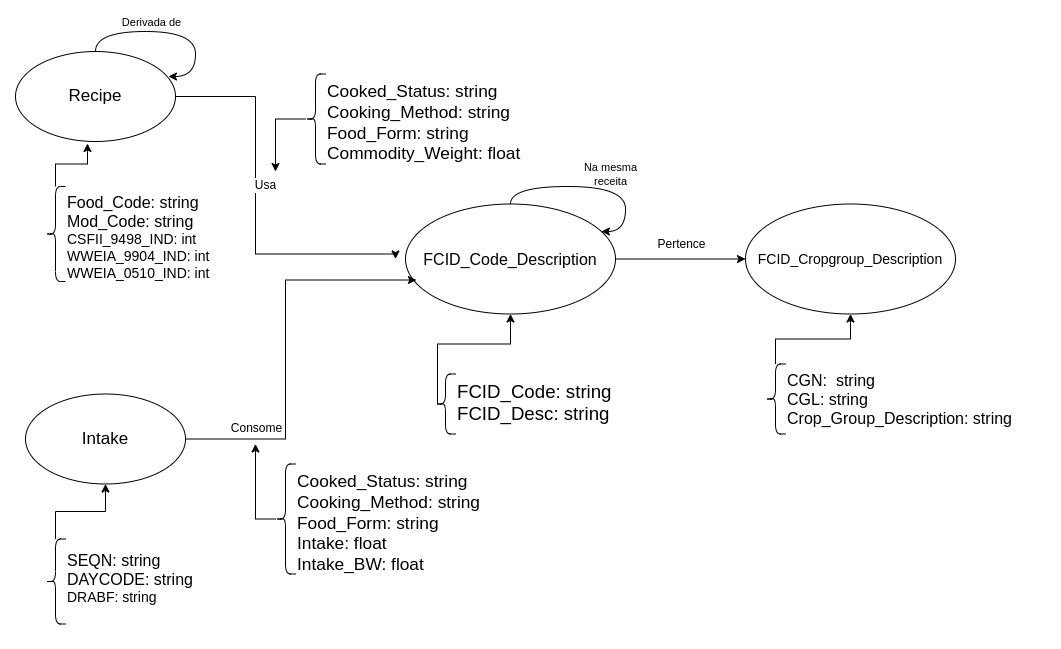
SaraBSOliveira/MC536_GATOS keeps this draw.io diagram as lab07/images/lab7.png. Above is the earlier version. Source tidied: cells renumbered, new cells last; positions are measured from the earlier drawing's top-left corner, leaving out a move shared by most shapes.
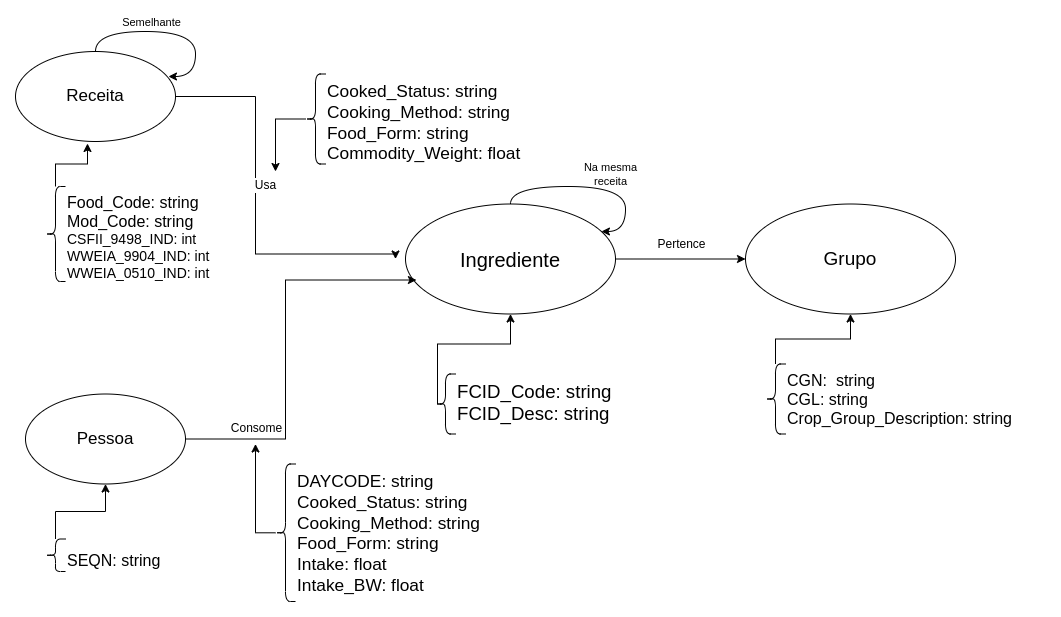
After the commit.

Change to the diagram source:
```diff
@@ -10,10 +10,10 @@
         <mxPoint x="3" y="-19" as="offset" />
       </mxGeometry>
     </mxCell>
-    <mxCell id="4" value="&lt;font style=&quot;font-size: 16px;&quot;&gt;FCID_Code_Description&lt;/font&gt;" style="ellipse;whiteSpace=wrap;html=1;" parent="1" vertex="1">
+    <mxCell id="4" value="&lt;font style=&quot;font-size: 20px;&quot;&gt;Ingrediente&lt;/font&gt;" style="ellipse;whiteSpace=wrap;html=1;" parent="1" vertex="1">
       <mxGeometry x="390" y="172.5" width="210" height="110" as="geometry" />
     </mxCell>
-    <mxCell id="5" value="&lt;font style=&quot;font-size: 14px;&quot;&gt;FCID_Cropgroup_Description&lt;/font&gt;" style="ellipse;whiteSpace=wrap;html=1;" parent="1" vertex="1">
+    <mxCell id="5" value="&lt;font style=&quot;font-size: 19px;&quot;&gt;Grupo&lt;/font&gt;" style="ellipse;whiteSpace=wrap;html=1;" parent="1" vertex="1">
       <mxGeometry x="730" y="172.5" width="210" height="110" as="geometry" />
     </mxCell>
     <mxCell id="6" value="&lt;b style=&quot;font-weight:normal;&quot; id=&quot;docs-internal-guid-5d6f6371-7fff-080c-dc00-8ccf46d959d1&quot;&gt;&lt;p dir=&quot;ltr&quot; style=&quot;line-height:1.2;margin-top:0pt;margin-bottom:0pt;&quot;&gt;&lt;span style=&quot;font-size: 14pt; font-family: Arial, sans-serif; color: rgb(0, 0, 0); background-color: transparent; font-weight: 400; font-style: normal; font-variant: normal; text-decoration: none; vertical-align: baseline;&quot;&gt;FCID_Code: string&lt;/span&gt;&lt;/p&gt;&lt;p dir=&quot;ltr&quot; style=&quot;line-height:1.2;margin-top:0pt;margin-bottom:0pt;&quot;&gt;&lt;span style=&quot;font-size: 14pt; font-family: Arial, sans-serif; color: rgb(0, 0, 0); background-color: transparent; font-weight: 400; font-style: normal; font-variant: normal; text-decoration: none; vertical-align: baseline;&quot;&gt;FCID_Desc: string&lt;/span&gt;&lt;/p&gt;&lt;/b&gt;&lt;br class=&quot;Apple-interchange-newline&quot;&gt;" style="text;whiteSpace=wrap;html=1;" parent="1" vertex="1">
@@ -63,7 +63,7 @@
         <mxPoint x="5" y="-11" as="offset" />
       </mxGeometry>
     </mxCell>
-    <mxCell id="17" value="&lt;font style=&quot;font-size: 17px;&quot;&gt;Recipe&lt;br&gt;&lt;/font&gt;" style="ellipse;whiteSpace=wrap;html=1;" parent="1" vertex="1">
+    <mxCell id="17" value="&lt;font style=&quot;font-size: 17px;&quot;&gt;Receita&lt;br&gt;&lt;/font&gt;" style="ellipse;whiteSpace=wrap;html=1;" parent="1" vertex="1">
       <mxGeometry y="20" width="160" height="90" as="geometry" />
     </mxCell>
     <mxCell id="18" value="&lt;b style=&quot;font-weight:normal;&quot; id=&quot;docs-internal-guid-0a7c7b77-7fff-369c-adbb-5bf31609493a&quot;&gt;&lt;p dir=&quot;ltr&quot; style=&quot;line-height:1.2;margin-top:0pt;margin-bottom:0pt;&quot;&gt;&lt;span style=&quot;background-color: transparent; font-family: Arial, sans-serif; font-size: 12pt;&quot;&gt;Food_Code: string&lt;/span&gt;&lt;/p&gt;&lt;p dir=&quot;ltr&quot; style=&quot;line-height:1.2;margin-top:0pt;margin-bottom:0pt;&quot;&gt;&lt;span style=&quot;background-color: transparent; font-family: Arial, sans-serif; font-size: 12pt;&quot;&gt;Mod_Code: string&lt;/span&gt;&lt;br&gt;&lt;/p&gt;&lt;p dir=&quot;ltr&quot; style=&quot;line-height:1.2;margin-top:0pt;margin-bottom:0pt;&quot;&gt;&lt;font style=&quot;font-size: 14px;&quot;&gt;CSFII_9498_IND: int&lt;/font&gt;&lt;br&gt;&lt;/p&gt;&lt;p dir=&quot;ltr&quot; style=&quot;line-height:1.2;margin-top:0pt;margin-bottom:0pt;&quot;&gt;&lt;font style=&quot;font-size: 14px;&quot;&gt;WWEIA_9904_IND: int&lt;br&gt;&lt;/font&gt;&lt;/p&gt;&lt;p dir=&quot;ltr&quot; style=&quot;line-height:1.2;margin-top:0pt;margin-bottom:0pt;&quot;&gt;&lt;font style=&quot;font-size: 14px;&quot;&gt;WWEIA_0510_IND: int&lt;br&gt;&lt;/font&gt;&lt;/p&gt;&lt;/b&gt;" style="text;whiteSpace=wrap;html=1;" parent="1" vertex="1">
@@ -83,19 +83,19 @@
         </Array>
       </mxGeometry>
     </mxCell>
-    <mxCell id="22" value="&lt;font style=&quot;font-size: 17px;&quot;&gt;Intake&lt;br&gt;&lt;/font&gt;" style="ellipse;whiteSpace=wrap;html=1;" parent="1" vertex="1">
+    <mxCell id="22" value="&lt;font style=&quot;font-size: 17px;&quot;&gt;Pessoa&lt;br&gt;&lt;/font&gt;" style="ellipse;whiteSpace=wrap;html=1;" parent="1" vertex="1">
       <mxGeometry x="10" y="362.5" width="160" height="90" as="geometry" />
     </mxCell>
-    <mxCell id="23" value="&lt;b style=&quot;font-weight:normal;&quot; id=&quot;docs-internal-guid-0a7c7b77-7fff-369c-adbb-5bf31609493a&quot;&gt;&lt;p dir=&quot;ltr&quot; style=&quot;line-height:1.2;margin-top:0pt;margin-bottom:0pt;&quot;&gt;&lt;span style=&quot;background-color: transparent; font-family: Arial, sans-serif; font-size: 12pt;&quot;&gt;SEQN: string&lt;/span&gt;&lt;/p&gt;&lt;p dir=&quot;ltr&quot; style=&quot;line-height:1.2;margin-top:0pt;margin-bottom:0pt;&quot;&gt;&lt;span style=&quot;background-color: initial; font-size: 16px;&quot;&gt;&lt;font face=&quot;Arial, sans-serif&quot;&gt;DAYCODE: string&lt;/font&gt;&lt;/span&gt;&lt;/p&gt;&lt;p dir=&quot;ltr&quot; style=&quot;line-height:1.2;margin-top:0pt;margin-bottom:0pt;&quot;&gt;&lt;span style=&quot;background-color: initial; font-size: 14px;&quot;&gt;DRABF: string&lt;/span&gt;&lt;br&gt;&lt;/p&gt;&lt;p dir=&quot;ltr&quot; style=&quot;line-height:1.2;margin-top:0pt;margin-bottom:0pt;&quot;&gt;&lt;br&gt;&lt;/p&gt;&lt;/b&gt;" style="text;whiteSpace=wrap;html=1;" parent="1" vertex="1">
-      <mxGeometry x="50" y="512.5" width="150" height="90" as="geometry" />
+    <mxCell id="23" value="&lt;b style=&quot;font-weight:normal;&quot; id=&quot;docs-internal-guid-0a7c7b77-7fff-369c-adbb-5bf31609493a&quot;&gt;&lt;p dir=&quot;ltr&quot; style=&quot;line-height:1.2;margin-top:0pt;margin-bottom:0pt;&quot;&gt;&lt;span style=&quot;background-color: transparent; font-family: Arial, sans-serif; font-size: 12pt;&quot;&gt;SEQN: string&lt;/span&gt;&lt;/p&gt;&lt;p dir=&quot;ltr&quot; style=&quot;line-height:1.2;margin-top:0pt;margin-bottom:0pt;&quot;&gt;&lt;br&gt;&lt;/p&gt;&lt;/b&gt;" style="text;whiteSpace=wrap;html=1;" parent="1" vertex="1">
+      <mxGeometry x="50" y="512.5" width="130" height="27.5" as="geometry" />
     </mxCell>
     <mxCell id="24" style="edgeStyle=orthogonalEdgeStyle;rounded=0;jettySize=auto;html=1;" parent="1" edge="1" source="25" target="22">
       <mxGeometry relative="1" as="geometry" />
     </mxCell>
     <mxCell id="25" style="shape=curlyBracket;whiteSpace=wrap;html=1;rounded=1;labelPosition=left;verticalLabelPosition=middle;align=right;verticalAlign=middle;size=0.5;" parent="1" vertex="1">
-      <mxGeometry x="30" y="507.5" width="20" height="85" as="geometry" />
+      <mxGeometry x="30" y="507.5" width="20" height="32.5" as="geometry" />
     </mxCell>
-    <mxCell id="26" value="&lt;b style=&quot;font-weight:normal;&quot; id=&quot;docs-internal-guid-e385fa05-7fff-4cde-ce94-f2900e5ba025&quot;&gt;&lt;p dir=&quot;ltr&quot; style=&quot;line-height:1.2;margin-top:0pt;margin-bottom:0pt;&quot;&gt;&lt;span style=&quot;font-size: 13pt; font-family: Arial, sans-serif; color: rgb(0, 0, 0); background-color: transparent; font-weight: 400; font-style: normal; font-variant: normal; text-decoration: none; vertical-align: baseline;&quot;&gt;Cooked_Status: string&lt;/span&gt;&lt;/p&gt;&lt;p dir=&quot;ltr&quot; style=&quot;line-height:1.2;margin-top:0pt;margin-bottom:0pt;&quot;&gt;&lt;span style=&quot;font-size: 13pt; font-family: Arial, sans-serif; color: rgb(0, 0, 0); background-color: transparent; font-weight: 400; font-style: normal; font-variant: normal; text-decoration: none; vertical-align: baseline;&quot;&gt;Cooking_Method: string&lt;/span&gt;&lt;/p&gt;&lt;p dir=&quot;ltr&quot; style=&quot;line-height:1.2;margin-top:0pt;margin-bottom:0pt;&quot;&gt;&lt;span style=&quot;font-size: 13pt; font-family: Arial, sans-serif; color: rgb(0, 0, 0); background-color: transparent; font-weight: 400; font-style: normal; font-variant: normal; text-decoration: none; vertical-align: baseline;&quot;&gt;Food_Form: string&lt;/span&gt;&lt;/p&gt;&lt;p dir=&quot;ltr&quot; style=&quot;line-height:1.2;margin-top:0pt;margin-bottom:0pt;&quot;&gt;&lt;span style=&quot;font-size: 13pt; font-family: Arial, sans-serif; color: rgb(0, 0, 0); background-color: transparent; font-weight: 400; font-style: normal; font-variant: normal; text-decoration: none; vertical-align: baseline;&quot;&gt;Intake: float&lt;/span&gt;&lt;/p&gt;&lt;p dir=&quot;ltr&quot; style=&quot;line-height:1.2;margin-top:0pt;margin-bottom:0pt;&quot;&gt;&lt;span style=&quot;font-size: 13pt; font-family: Arial, sans-serif; color: rgb(0, 0, 0); background-color: transparent; font-weight: 400; font-style: normal; font-variant: normal; text-decoration: none; vertical-align: baseline;&quot;&gt;Intake_BW: float&lt;/span&gt;&lt;/p&gt;&lt;p dir=&quot;ltr&quot; style=&quot;line-height:1.2;margin-top:0pt;margin-bottom:0pt;&quot;&gt;&lt;/p&gt;&lt;/b&gt;" style="text;whiteSpace=wrap;html=1;" parent="1" vertex="1">
+    <mxCell id="26" value="&lt;b style=&quot;font-weight:normal;&quot; id=&quot;docs-internal-guid-e385fa05-7fff-4cde-ce94-f2900e5ba025&quot;&gt;&lt;p dir=&quot;ltr&quot; style=&quot;line-height:1.2;margin-top:0pt;margin-bottom:0pt;&quot;&gt;&lt;span style=&quot;font-size: 13pt; font-family: Arial, sans-serif; color: rgb(0, 0, 0); background-color: transparent; font-weight: 400; font-style: normal; font-variant: normal; text-decoration: none; vertical-align: baseline;&quot;&gt;DAYCODE: string&lt;br&gt;&lt;/span&gt;&lt;/p&gt;&lt;p dir=&quot;ltr&quot; style=&quot;line-height:1.2;margin-top:0pt;margin-bottom:0pt;&quot;&gt;&lt;span style=&quot;font-size: 13pt; font-family: Arial, sans-serif; color: rgb(0, 0, 0); background-color: transparent; font-weight: 400; font-style: normal; font-variant: normal; text-decoration: none; vertical-align: baseline;&quot;&gt;Cooked_Status: string&lt;/span&gt;&lt;/p&gt;&lt;p dir=&quot;ltr&quot; style=&quot;line-height:1.2;margin-top:0pt;margin-bottom:0pt;&quot;&gt;&lt;span style=&quot;font-size: 13pt; font-family: Arial, sans-serif; color: rgb(0, 0, 0); background-color: transparent; font-weight: 400; font-style: normal; font-variant: normal; text-decoration: none; vertical-align: baseline;&quot;&gt;Cooking_Method: string&lt;/span&gt;&lt;/p&gt;&lt;p dir=&quot;ltr&quot; style=&quot;line-height:1.2;margin-top:0pt;margin-bottom:0pt;&quot;&gt;&lt;span style=&quot;font-size: 13pt; font-family: Arial, sans-serif; color: rgb(0, 0, 0); background-color: transparent; font-weight: 400; font-style: normal; font-variant: normal; text-decoration: none; vertical-align: baseline;&quot;&gt;Food_Form: string&lt;/span&gt;&lt;/p&gt;&lt;p dir=&quot;ltr&quot; style=&quot;line-height:1.2;margin-top:0pt;margin-bottom:0pt;&quot;&gt;&lt;span style=&quot;font-size: 13pt; font-family: Arial, sans-serif; color: rgb(0, 0, 0); background-color: transparent; font-weight: 400; font-style: normal; font-variant: normal; text-decoration: none; vertical-align: baseline;&quot;&gt;Intake: float&lt;/span&gt;&lt;/p&gt;&lt;p dir=&quot;ltr&quot; style=&quot;line-height:1.2;margin-top:0pt;margin-bottom:0pt;&quot;&gt;&lt;span style=&quot;font-size: 13pt; font-family: Arial, sans-serif; color: rgb(0, 0, 0); background-color: transparent; font-weight: 400; font-style: normal; font-variant: normal; text-decoration: none; vertical-align: baseline;&quot;&gt;Intake_BW: float&lt;/span&gt;&lt;/p&gt;&lt;p dir=&quot;ltr&quot; style=&quot;line-height:1.2;margin-top:0pt;margin-bottom:0pt;&quot;&gt;&lt;/p&gt;&lt;/b&gt;" style="text;whiteSpace=wrap;html=1;" parent="1" vertex="1">
       <mxGeometry x="280" y="432.5" width="240" height="90" as="geometry" />
     </mxCell>
     <mxCell id="27" style="edgeStyle=orthogonalEdgeStyle;rounded=0;jettySize=auto;html=1;" parent="1" edge="1" source="28">
@@ -104,7 +104,7 @@
       </mxGeometry>
     </mxCell>
     <mxCell id="28" style="shape=curlyBracket;whiteSpace=wrap;html=1;rounded=1;labelPosition=left;verticalLabelPosition=middle;align=right;verticalAlign=middle;" parent="1" vertex="1">
-      <mxGeometry x="260" y="432.5" width="20" height="110" as="geometry" />
+      <mxGeometry x="260" y="432.5" width="20" height="137.5" as="geometry" />
     </mxCell>
     <mxCell id="29" value="Consome" style="edgeLabel;html=1;align=center;verticalAlign=middle;fontSize=12;" parent="1" vertex="1">
       <mxGeometry x="250" y="392.5" as="geometry">
@@ -120,7 +120,7 @@
         </Array>
       </mxGeometry>
     </mxCell>
-    <mxCell id="31" value="Derivada de" style="edgeLabel;html=1;align=center;verticalAlign=middle;" parent="30" vertex="1">
+    <mxCell id="31" value="Semelhante" style="edgeLabel;html=1;align=center;verticalAlign=middle;" parent="30" vertex="1">
       <mxGeometry x="-0.22" relative="1" as="geometry">
         <mxPoint y="-10" as="offset" />
       </mxGeometry>
```
